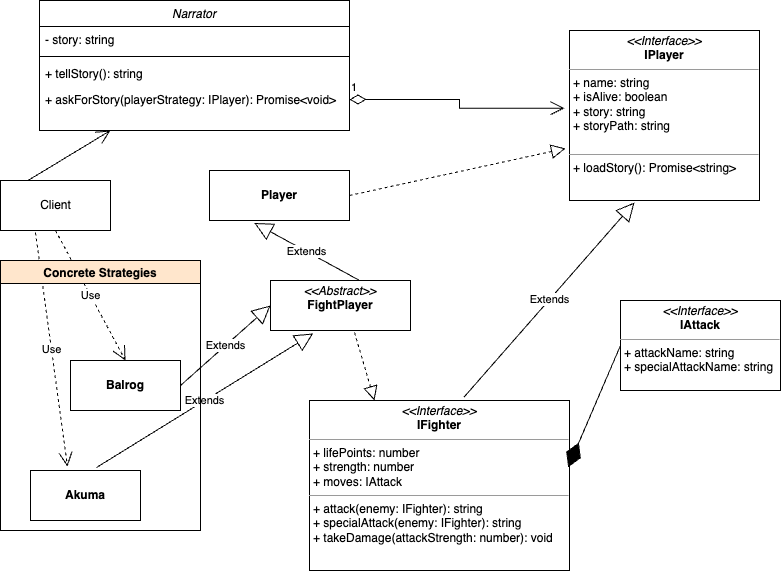
Earlier version of the draw.io export ts-patterns/01-comportamentais/01-strategy/01-example-street-fighter/images/streetFighterDgr.png (rafaeltedesco/Typescript_Design_Patterns). Source tidied: cells renumbered, new cells last; positions are measured from the earlier drawing's top-left corner, leaving out a move shared by most shapes. The source it was exported from:
```xml
<mxGraphModel>
  <root>
    <mxCell id="0" />
    <mxCell id="1" parent="0" />
    <mxCell id="2" value="Narrator" style="swimlane;fontStyle=2;align=center;verticalAlign=top;horizontal=1;startSize=26;rounded=0;shadow=0;strokeWidth=1;" parent="1" vertex="1">
      <mxGeometry x="39" width="310" height="130" as="geometry" />
    </mxCell>
    <mxCell id="3" value="- story: string" style="text;align=left;verticalAlign=top;spacingLeft=4;spacingRight=4;overflow=hidden;" parent="2" vertex="1">
      <mxGeometry y="26" width="310" height="26" as="geometry" />
    </mxCell>
    <mxCell id="4" style="line;html=1;strokeWidth=1;align=left;verticalAlign=middle;spacingTop=-1;spacingLeft=3;spacingRight=3;labelPosition=right;" parent="2" vertex="1">
      <mxGeometry y="52" width="310" height="8" as="geometry" />
    </mxCell>
    <mxCell id="5" value="+ tellStory(): string" style="text;align=left;verticalAlign=top;spacingLeft=4;spacingRight=4;overflow=hidden;" parent="2" vertex="1">
      <mxGeometry y="60" width="310" height="26" as="geometry" />
    </mxCell>
    <mxCell id="6" value="+ askForStory(playerStrategy: IPlayer): Promise&lt;void&gt;" style="text;align=left;verticalAlign=top;spacingLeft=4;spacingRight=4;overflow=hidden;points=[[0,0.5],[1,0.5]];portConstraint=eastwest;" parent="2" vertex="1">
      <mxGeometry y="86" width="310" height="26" as="geometry" />
    </mxCell>
    <mxCell id="7" value="1" style="endArrow=open;html=1;endSize=12;startArrow=diamondThin;startSize=14;startFill=0;edgeStyle=orthogonalEdgeStyle;align=left;verticalAlign=bottom;rounded=0;exitX=1;exitY=0.5;exitDx=0;exitDy=0;entryX=-0.026;entryY=0.457;entryDx=0;entryDy=0;entryPerimeter=0;" parent="1" edge="1" source="6" target="8">
      <mxGeometry x="-1" y="3" relative="1" as="geometry" />
    </mxCell>
    <mxCell id="8" value="&lt;p style=&quot;margin:0px;margin-top:4px;text-align:center;&quot;&gt;&lt;i&gt;&amp;lt;&amp;lt;Interface&amp;gt;&amp;gt;&lt;/i&gt;&lt;br&gt;&lt;b&gt;IPlayer&lt;/b&gt;&lt;/p&gt;&lt;hr size=&quot;1&quot;&gt;&lt;p style=&quot;margin:0px;margin-left:4px;&quot;&gt;+ name: string&lt;br&gt;+ isAlive: boolean&lt;/p&gt;&lt;p style=&quot;margin:0px;margin-left:4px;&quot;&gt;+ story: string&lt;/p&gt;&lt;p style=&quot;margin:0px;margin-left:4px;&quot;&gt;+ storyPath: string&lt;/p&gt;&lt;p style=&quot;margin:0px;margin-left:4px;&quot;&gt;&lt;br&gt;&lt;/p&gt;&lt;hr size=&quot;1&quot;&gt;&lt;p style=&quot;margin:0px;margin-left:4px;&quot;&gt;+ loadStory(): Promise&amp;lt;string&amp;gt;&lt;br&gt;&lt;/p&gt;" style="verticalAlign=top;align=left;overflow=fill;fontSize=12;fontFamily=Helvetica;html=1;" parent="1" vertex="1">
      <mxGeometry x="569" y="30" width="190" height="170" as="geometry" />
    </mxCell>
    <mxCell id="9" value="&lt;p style=&quot;margin:0px;margin-top:4px;text-align:center;&quot;&gt;&lt;i&gt;&amp;lt;&amp;lt;Interface&amp;gt;&amp;gt;&lt;/i&gt;&lt;br&gt;&lt;b&gt;IFighter&lt;/b&gt;&lt;/p&gt;&lt;hr size=&quot;1&quot;&gt;&lt;p style=&quot;margin:0px;margin-left:4px;&quot;&gt;+ lifePoints: number&lt;br&gt;+ strength: number&lt;/p&gt;&lt;p style=&quot;margin:0px;margin-left:4px;&quot;&gt;+ moves: IAttack&lt;/p&gt;&lt;hr size=&quot;1&quot;&gt;&lt;p style=&quot;margin:0px;margin-left:4px;&quot;&gt;+ attack(enemy: IFighter): string&lt;br&gt;+ specialAttack(enemy: IFighter): string&lt;/p&gt;&lt;p style=&quot;margin:0px;margin-left:4px;&quot;&gt;+ takeDamage(attackStrength: number): void&lt;/p&gt;" style="verticalAlign=top;align=left;overflow=fill;fontSize=12;fontFamily=Helvetica;html=1;" parent="1" vertex="1">
      <mxGeometry x="309" y="400" width="260" height="170" as="geometry" />
    </mxCell>
    <mxCell id="10" value="Extends" style="endArrow=block;endSize=16;endFill=0;html=1;rounded=0;entryX=0.342;entryY=1.012;entryDx=0;entryDy=0;entryPerimeter=0;exitX=0.595;exitY=-0.021;exitDx=0;exitDy=0;exitPerimeter=0;" parent="1" edge="1" source="9" target="8">
      <mxGeometry relative="1" as="geometry" />
    </mxCell>
    <mxCell id="11" style="endArrow=diamondThin;endFill=1;endSize=24;html=1;rounded=0;entryX=0.995;entryY=0.393;entryDx=0;entryDy=0;entryPerimeter=0;exitX=0;exitY=0.5;exitDx=0;exitDy=0;" parent="1" edge="1" source="12" target="9">
      <mxGeometry relative="1" as="geometry" />
    </mxCell>
    <mxCell id="12" value="&lt;p style=&quot;margin:0px;margin-top:4px;text-align:center;&quot;&gt;&lt;i&gt;&amp;lt;&amp;lt;Interface&amp;gt;&amp;gt;&lt;/i&gt;&lt;br&gt;&lt;b&gt;IAttack&lt;/b&gt;&lt;/p&gt;&lt;hr size=&quot;1&quot;&gt;&lt;p style=&quot;margin:0px;margin-left:4px;&quot;&gt;+ attackName: string&lt;br&gt;+ specialAttackName: string&lt;/p&gt;" style="verticalAlign=top;align=left;overflow=fill;fontSize=12;fontFamily=Helvetica;html=1;" parent="1" vertex="1">
      <mxGeometry x="620" y="300" width="160" height="90" as="geometry" />
    </mxCell>
    <mxCell id="13" value="&lt;p style=&quot;margin:0px;margin-top:4px;text-align:center;&quot;&gt;&lt;br&gt;&lt;b&gt;Player&lt;/b&gt;&lt;/p&gt;" style="verticalAlign=top;align=left;overflow=fill;fontSize=12;fontFamily=Helvetica;html=1;" parent="1" vertex="1">
      <mxGeometry x="209" y="170" width="140" height="50" as="geometry" />
    </mxCell>
    <mxCell id="14" style="endArrow=block;dashed=1;endFill=0;endSize=12;html=1;rounded=0;entryX=-0.021;entryY=0.694;entryDx=0;entryDy=0;entryPerimeter=0;exitX=1;exitY=0.5;exitDx=0;exitDy=0;" parent="1" edge="1" source="13" target="8">
      <mxGeometry relative="1" as="geometry" />
    </mxCell>
    <mxCell id="15" value="&lt;p style=&quot;margin:0px;margin-top:4px;text-align:center;&quot;&gt;&lt;i&gt;&amp;lt;&amp;lt;Abstract&amp;gt;&amp;gt;&lt;/i&gt;&lt;br&gt;&lt;b&gt;FightPlayer&lt;/b&gt;&lt;/p&gt;&lt;p style=&quot;margin:0px;margin-left:4px;&quot;&gt;&lt;/p&gt;" style="verticalAlign=top;align=left;overflow=fill;fontSize=12;fontFamily=Helvetica;html=1;" parent="1" vertex="1">
      <mxGeometry x="270" y="280" width="140" height="50" as="geometry" />
    </mxCell>
    <mxCell id="16" value="Extends" style="endArrow=block;endSize=16;endFill=0;html=1;rounded=0;exitX=0.632;exitY=-0.007;exitDx=0;exitDy=0;exitPerimeter=0;entryX=0.321;entryY=1.05;entryDx=0;entryDy=0;entryPerimeter=0;" parent="1" edge="1" source="15" target="13">
      <mxGeometry relative="1" as="geometry" />
    </mxCell>
    <mxCell id="17" style="endArrow=block;dashed=1;endFill=0;endSize=12;html=1;rounded=0;exitX=0.6;exitY=1.04;exitDx=0;exitDy=0;entryX=0.25;entryY=0;entryDx=0;entryDy=0;exitPerimeter=0;" parent="1" edge="1" source="15" target="9">
      <mxGeometry relative="1" as="geometry" />
    </mxCell>
    <mxCell id="18" value="Extends" style="endArrow=block;endSize=16;endFill=0;html=1;rounded=0;exitX=1;exitY=0.5;exitDx=0;exitDy=0;entryX=0;entryY=0.5;entryDx=0;entryDy=0;" parent="1" edge="1" source="25" target="15">
      <mxGeometry relative="1" as="geometry" />
    </mxCell>
    <mxCell id="19" value="Extends" style="endArrow=block;endSize=16;endFill=0;html=1;rounded=0;entryX=0.305;entryY=1.06;entryDx=0;entryDy=0;entryPerimeter=0;exitX=0.6;exitY=-0.06;exitDx=0;exitDy=0;exitPerimeter=0;" parent="1" edge="1" source="26" target="15">
      <mxGeometry relative="1" as="geometry" />
    </mxCell>
    <mxCell id="20" value="Client" style="html=1;" parent="1" vertex="1">
      <mxGeometry y="180" width="110" height="50" as="geometry" />
    </mxCell>
    <mxCell id="21" style="endArrow=open;endFill=1;endSize=12;html=1;rounded=0;exitX=0.25;exitY=0;exitDx=0;exitDy=0;" parent="1" edge="1" source="20">
      <mxGeometry relative="1" as="geometry">
        <mxPoint x="110" y="130" as="targetPoint" />
      </mxGeometry>
    </mxCell>
    <mxCell id="22" value="Use" style="endArrow=open;endSize=12;dashed=1;html=1;rounded=0;exitX=0.318;exitY=1.04;exitDx=0;exitDy=0;exitPerimeter=0;entryX=0.336;entryY=-0.08;entryDx=0;entryDy=0;entryPerimeter=0;" parent="1" edge="1" source="20" target="26">
      <mxGeometry relative="1" as="geometry" />
    </mxCell>
    <mxCell id="23" value="Use" style="endArrow=open;endSize=12;dashed=1;html=1;rounded=0;exitX=0.5;exitY=1;exitDx=0;exitDy=0;entryX=0.5;entryY=0;entryDx=0;entryDy=0;" parent="1" edge="1" source="20" target="25">
      <mxGeometry relative="1" as="geometry" />
    </mxCell>
    <mxCell id="24" value="Concrete Strategies" style="swimlane;fillColor=#FFE6CC;" parent="1" vertex="1">
      <mxGeometry y="260" width="200" height="270" as="geometry" />
    </mxCell>
    <mxCell id="25" value="&lt;p style=&quot;margin:0px;margin-top:4px;text-align:center;&quot;&gt;&lt;br&gt;&lt;b&gt;Balrog&lt;/b&gt;&lt;/p&gt;" style="verticalAlign=top;align=left;overflow=fill;fontSize=12;fontFamily=Helvetica;html=1;" parent="24" vertex="1">
      <mxGeometry x="70" y="100" width="110" height="50" as="geometry" />
    </mxCell>
    <mxCell id="26" value="&lt;p style=&quot;margin:0px;margin-top:4px;text-align:center;&quot;&gt;&lt;br&gt;&lt;b&gt;Akuma&lt;/b&gt;&lt;/p&gt;" style="verticalAlign=top;align=left;overflow=fill;fontSize=12;fontFamily=Helvetica;html=1;" parent="1" vertex="1">
      <mxGeometry x="30" y="470" width="110" height="50" as="geometry" />
    </mxCell>
  </root>
</mxGraphModel>
```
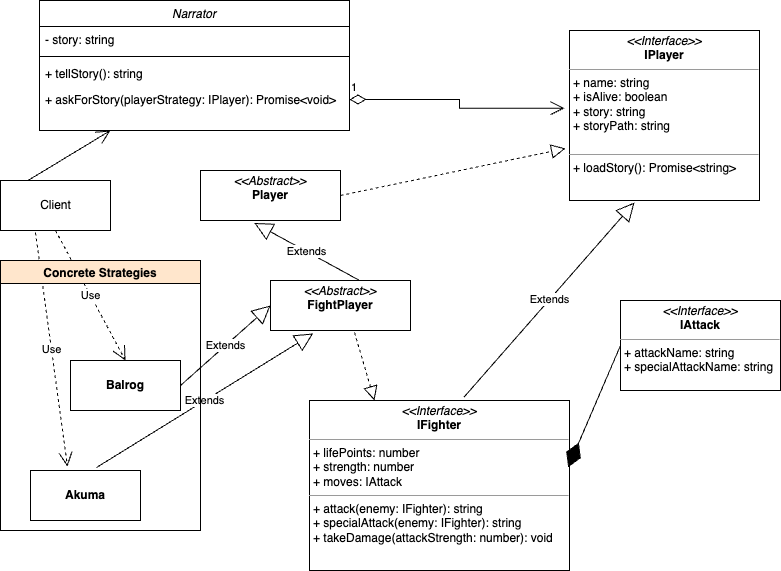
The same file after the commit.

Commit message:
docs: update street fighter diagram

The edit, as a diff of the source:
```diff
@@ -35,17 +35,16 @@
     <mxCell id="12" value="&lt;p style=&quot;margin:0px;margin-top:4px;text-align:center;&quot;&gt;&lt;i&gt;&amp;lt;&amp;lt;Interface&amp;gt;&amp;gt;&lt;/i&gt;&lt;br&gt;&lt;b&gt;IAttack&lt;/b&gt;&lt;/p&gt;&lt;hr size=&quot;1&quot;&gt;&lt;p style=&quot;margin:0px;margin-left:4px;&quot;&gt;+ attackName: string&lt;br&gt;+ specialAttackName: string&lt;/p&gt;" style="verticalAlign=top;align=left;overflow=fill;fontSize=12;fontFamily=Helvetica;html=1;" parent="1" vertex="1">
       <mxGeometry x="620" y="300" width="160" height="90" as="geometry" />
     </mxCell>
-    <mxCell id="13" value="&lt;p style=&quot;margin:0px;margin-top:4px;text-align:center;&quot;&gt;&lt;br&gt;&lt;b&gt;Player&lt;/b&gt;&lt;/p&gt;" style="verticalAlign=top;align=left;overflow=fill;fontSize=12;fontFamily=Helvetica;html=1;" parent="1" vertex="1">
-      <mxGeometry x="209" y="170" width="140" height="50" as="geometry" />
-    </mxCell>
-    <mxCell id="14" style="endArrow=block;dashed=1;endFill=0;endSize=12;html=1;rounded=0;entryX=-0.021;entryY=0.694;entryDx=0;entryDy=0;entryPerimeter=0;exitX=1;exitY=0.5;exitDx=0;exitDy=0;" parent="1" edge="1" source="13" target="8">
+    <mxCell id="14" style="endArrow=block;dashed=1;endFill=0;endSize=12;html=1;rounded=0;entryX=-0.021;entryY=0.694;entryDx=0;entryDy=0;entryPerimeter=0;exitX=1;exitY=0.5;exitDx=0;exitDy=0;" parent="1" edge="1" source="27" target="8">
       <mxGeometry relative="1" as="geometry" />
     </mxCell>
     <mxCell id="15" value="&lt;p style=&quot;margin:0px;margin-top:4px;text-align:center;&quot;&gt;&lt;i&gt;&amp;lt;&amp;lt;Abstract&amp;gt;&amp;gt;&lt;/i&gt;&lt;br&gt;&lt;b&gt;FightPlayer&lt;/b&gt;&lt;/p&gt;&lt;p style=&quot;margin:0px;margin-left:4px;&quot;&gt;&lt;/p&gt;" style="verticalAlign=top;align=left;overflow=fill;fontSize=12;fontFamily=Helvetica;html=1;" parent="1" vertex="1">
       <mxGeometry x="270" y="280" width="140" height="50" as="geometry" />
     </mxCell>
-    <mxCell id="16" value="Extends" style="endArrow=block;endSize=16;endFill=0;html=1;rounded=0;exitX=0.632;exitY=-0.007;exitDx=0;exitDy=0;exitPerimeter=0;entryX=0.321;entryY=1.05;entryDx=0;entryDy=0;entryPerimeter=0;" parent="1" edge="1" source="15" target="13">
-      <mxGeometry relative="1" as="geometry" />
+    <mxCell id="16" value="Extends" style="endArrow=block;endSize=16;endFill=0;html=1;rounded=0;exitX=0.632;exitY=-0.007;exitDx=0;exitDy=0;exitPerimeter=0;entryX=0.321;entryY=1.05;entryDx=0;entryDy=0;entryPerimeter=0;" parent="1" edge="1" source="15">
+      <mxGeometry relative="1" as="geometry">
+        <mxPoint x="253.9" y="222.5" as="targetPoint" />
+      </mxGeometry>
     </mxCell>
     <mxCell id="17" style="endArrow=block;dashed=1;endFill=0;endSize=12;html=1;rounded=0;exitX=0.6;exitY=1.04;exitDx=0;exitDy=0;entryX=0.25;entryY=0;entryDx=0;entryDy=0;exitPerimeter=0;" parent="1" edge="1" source="15" target="9">
       <mxGeometry relative="1" as="geometry" />
@@ -79,5 +78,8 @@
     <mxCell id="26" value="&lt;p style=&quot;margin:0px;margin-top:4px;text-align:center;&quot;&gt;&lt;br&gt;&lt;b&gt;Akuma&lt;/b&gt;&lt;/p&gt;" style="verticalAlign=top;align=left;overflow=fill;fontSize=12;fontFamily=Helvetica;html=1;" parent="1" vertex="1">
       <mxGeometry x="30" y="470" width="110" height="50" as="geometry" />
     </mxCell>
+    <mxCell id="27" value="&lt;p style=&quot;margin:0px;margin-top:4px;text-align:center;&quot;&gt;&lt;i&gt;&amp;lt;&amp;lt;Abstract&amp;gt;&amp;gt;&lt;/i&gt;&lt;br&gt;&lt;b&gt;Player&lt;/b&gt;&lt;/p&gt;&lt;p style=&quot;margin:0px;margin-left:4px;&quot;&gt;&lt;/p&gt;" style="verticalAlign=top;align=left;overflow=fill;fontSize=12;fontFamily=Helvetica;html=1;" parent="1" vertex="1">
+      <mxGeometry x="200" y="170" width="140" height="50" as="geometry" />
+    </mxCell>
   </root>
 </mxGraphModel>
```
